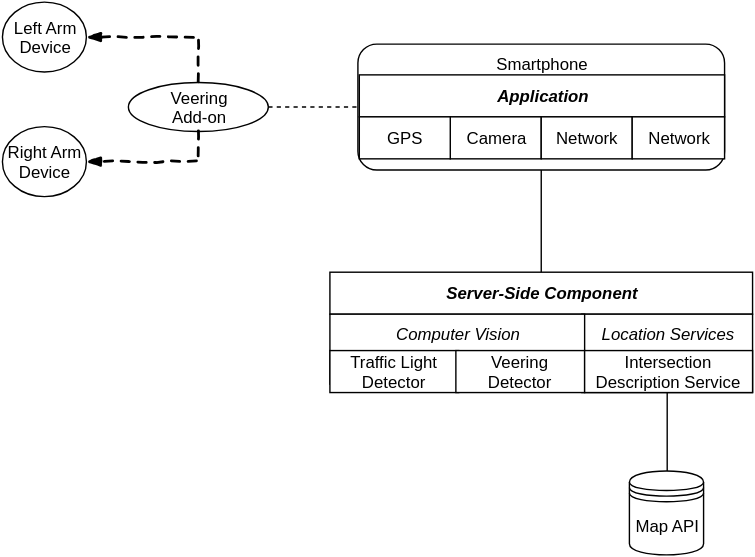
Before: imgs/high-level.svg, a diagram exported from draw.io (manfreddiaz/mcgill-ece-681). Source tidied: cells renumbered, new cells last; positions are measured from the earlier drawing's top-left corner, leaving out a move shared by most shapes.
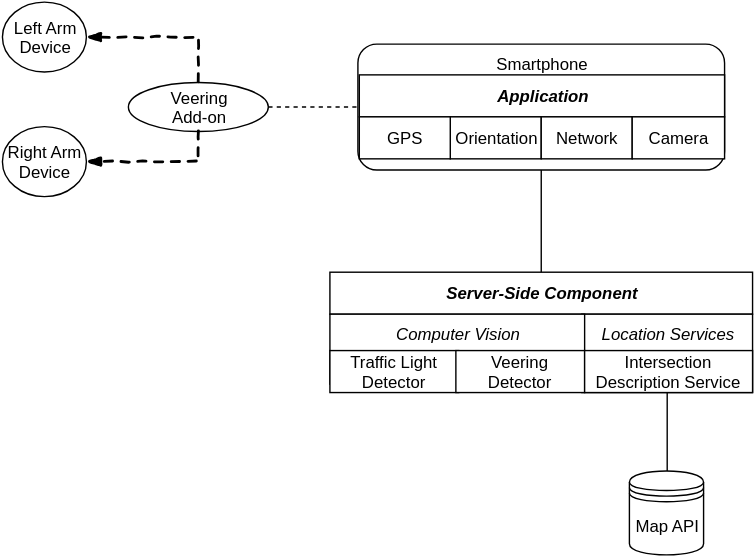
After the commit.

Commit message:
[CHANGED] High Level Design

Change to the diagram source:
```diff
@@ -32,7 +32,7 @@
     <mxCell id="11" value="&lt;i&gt;Computer Vision&lt;/i&gt;" style="whiteSpace=wrap;html=1;verticalAlign=top;" parent="1" vertex="1">
       <mxGeometry x="234" y="223" width="182" height="50" as="geometry" />
     </mxCell>
-    <mxCell id="12" value="Camera" style="whiteSpace=wrap;html=1;" parent="1" vertex="1">
+    <mxCell id="12" value="Orientation" style="whiteSpace=wrap;html=1;" parent="1" vertex="1">
       <mxGeometry x="320" y="82" width="65" height="30" as="geometry" />
     </mxCell>
     <mxCell id="13" value="GPS" style="whiteSpace=wrap;html=1;" parent="1" vertex="1">
@@ -70,7 +70,7 @@
         </Array>
       </mxGeometry>
     </mxCell>
-    <mxCell id="22" value="Network" style="whiteSpace=wrap;html=1;" parent="1" vertex="1">
+    <mxCell id="22" value="Camera" style="whiteSpace=wrap;html=1;" parent="1" vertex="1">
       <mxGeometry x="450" y="82" width="66" height="30" as="geometry" />
     </mxCell>
   </root>
```
